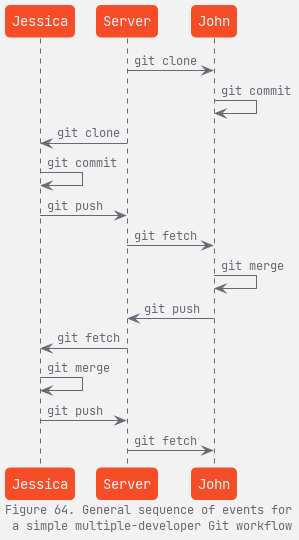
This is img/sequence.png from shiw13/plantuml, a PlantUML export, as it was before one commit.
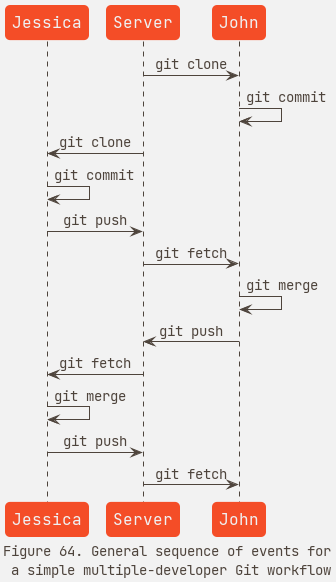
The same file after the commit.

Diff of the diagram source:
```diff
@@ -1,36 +1,6 @@
 @startuml
 
-<style>
-document {
-  FontSize 12
-  FontColor #696773
-  BackgroundColor #f2f2f2
-}
-
-sequenceDiagram {
-  FontColor #696773
-
-  arrow {
-    FontSize 12
-    LineColor #696773
-  }
-
-  participant {
-    FontSize 14
-    FontColor #eff1f3
-    LineColor #f44d27
-    BackgroundColor #f44d27
-  }
-
-  lifeLine {
-    LineColor #696773
-  }
-}
-</style>
-
-skinparam defaultFontName JetBrains Mono
-skinparam shadowing false
-skinparam roundCorner 10
+!include ./theme.puml
 
 participant Jessica
 participant Server
```
